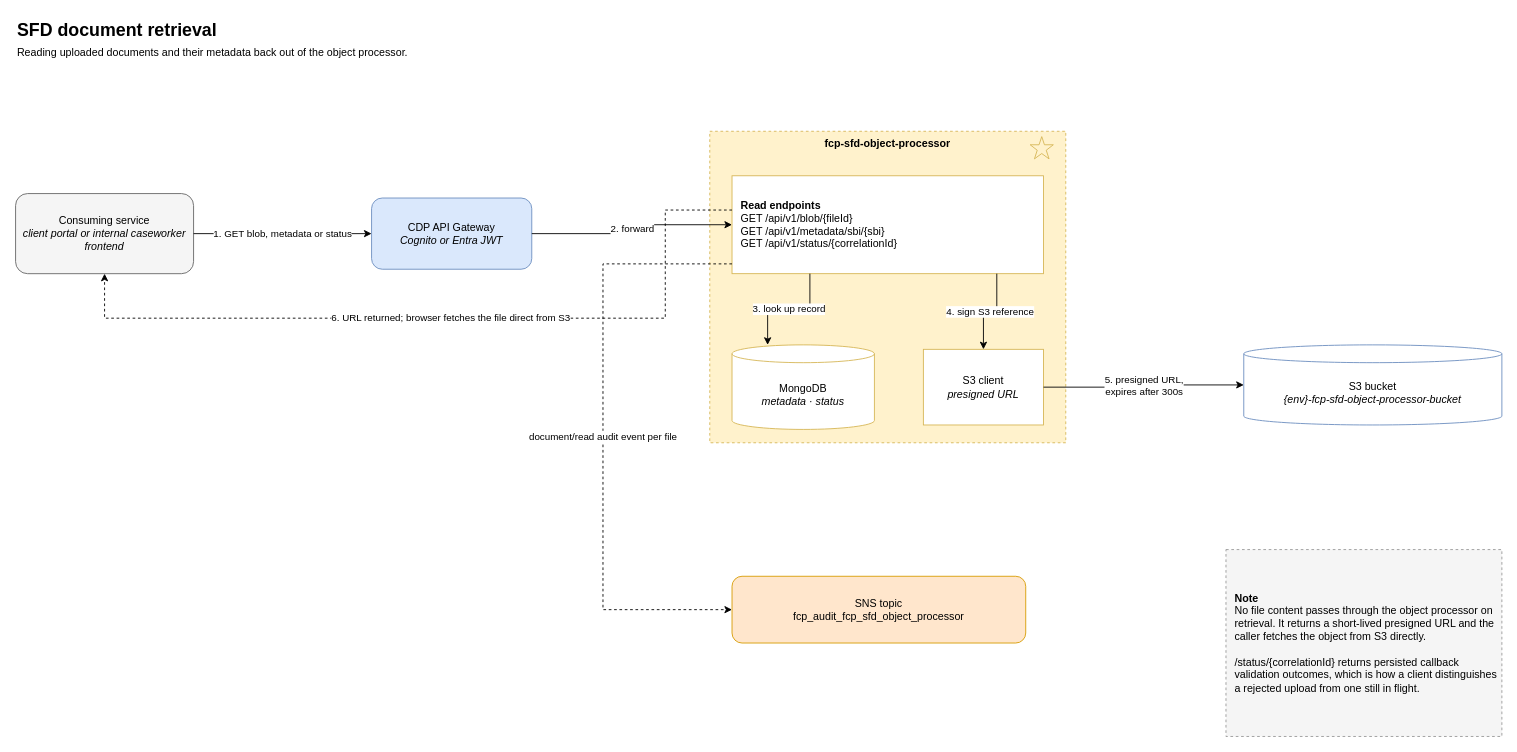
DEFRA/fcp-sfd-core keeps this draw.io diagram as page "Document retrieval" (2 of 2) of docs/diagrams/document-upload.drawio. Above is the earlier version. Source tidied: cells renumbered, new cells numbered last; positions are measured from the earlier drawing's top-left corner, leaving out a move shared by most shapes. Both pictures are drawn from the tidied source at 89%, with x=0, y=0 at pixel (15, 15).
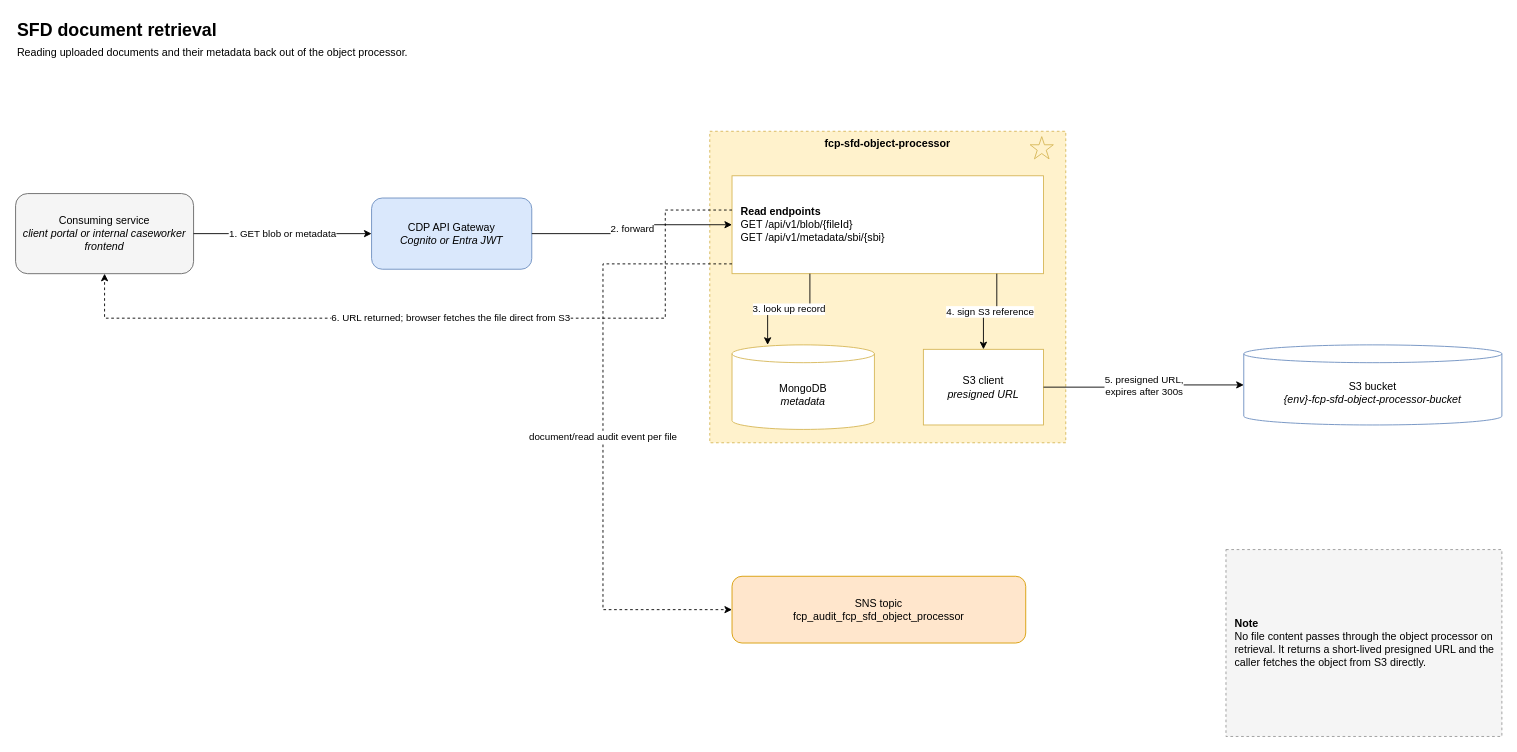
The same diagram, later.

Commit message (it also covers changes not shown here):
docs: remove deleted object processor /api/v1/status/{correlationId} … (#53)

* docs: remove deleted object processor /api/v1/status/{correlationId} endpoint references

* docs: remove status operation from retrieval flow diagram

Unchanged cells that the change refers to:
```xml
<mxCell id="4" value="Consuming service&lt;br&gt;&lt;i&gt;client portal or internal caseworker frontend&lt;/i&gt;" style="rounded=1;whiteSpace=wrap;html=1;fillColor=#f5f5f5;strokeColor=#666666;" parent="1" vertex="1">
  <mxGeometry y="200" width="200" height="90" as="geometry" />
</mxCell>
<mxCell id="5" value="CDP API Gateway&lt;br&gt;&lt;i&gt;Cognito or Entra JWT&lt;/i&gt;" style="rounded=1;whiteSpace=wrap;html=1;fillColor=#dae8fc;strokeColor=#6c8ebf;" parent="1" vertex="1">
  <mxGeometry x="400" y="205" width="180" height="80" as="geometry" />
</mxCell>
```

The edit, as a diff of the source:
```diff
@@
-    <mxCell id="8" value="&lt;b&gt;Read endpoints&lt;/b&gt;&lt;br&gt;GET /api/v1/blob/{fileId}&lt;br&gt;GET /api/v1/metadata/sbi/{sbi}&lt;br&gt;GET /api/v1/status/{correlationId}" style="rounded=0;whiteSpace=wrap;html=1;align=left;spacingLeft=8;fillColor=#ffffff;strokeColor=#d6b656;" parent="1" vertex="1">
+    <mxCell id="8" value="&lt;b&gt;Read endpoints&lt;/b&gt;&lt;br&gt;GET /api/v1/blob/{fileId}&lt;br&gt;GET /api/v1/metadata/sbi/{sbi}" style="rounded=0;whiteSpace=wrap;html=1;align=left;spacingLeft=8;fillColor=#ffffff;strokeColor=#d6b656;" parent="1" vertex="1">
       <mxGeometry x="805" y="180" width="350" height="110" as="geometry" />
     </mxCell>
-    <mxCell id="9" value="MongoDB&lt;br&gt;&lt;i&gt;metadata · status&lt;/i&gt;" style="shape=cylinder3;boundedLbl=1;backgroundOutline=1;size=10;whiteSpace=wrap;html=1;fillColor=#ffffff;strokeColor=#d6b656;" parent="1" vertex="1">
+    <mxCell id="9" value="MongoDB&lt;br&gt;&lt;i&gt;metadata&lt;/i&gt;" style="shape=cylinder3;boundedLbl=1;backgroundOutline=1;size=10;whiteSpace=wrap;html=1;fillColor=#ffffff;strokeColor=#d6b656;" parent="1" vertex="1">
       <mxGeometry x="805" y="370" width="160" height="95" as="geometry" />
     </mxCell>
@@
-    <mxCell id="13" value="1. GET blob, metadata or status" style="edgeStyle=orthogonalEdgeStyle;rounded=0;html=1;" parent="1" edge="1" source="4" target="5">
+    <mxCell id="13" value="1. GET blob or metadata" style="edgeStyle=orthogonalEdgeStyle;rounded=0;html=1;" parent="1" edge="1" source="4" target="5">
       <mxGeometry relative="1" as="geometry" />
     </mxCell>
@@
-    <mxCell id="20" value="&lt;b&gt;Note&lt;/b&gt;&lt;br&gt;No file content passes through the object processor on retrieval. It returns a short-lived presigned URL and the caller fetches the object from S3 directly.&lt;br&gt;&lt;br&gt;/status/{correlationId} returns persisted callback validation outcomes, which is how a client distinguishes a rejected upload from one still in flight." style="rounded=0;whiteSpace=wrap;html=1;align=left;spacingLeft=8;fillColor=#f5f5f5;strokeColor=#999999;dashed=1;" parent="1" vertex="1">
+    <mxCell id="20" value="&lt;b&gt;Note&lt;/b&gt;&lt;br&gt;No file content passes through the object processor on retrieval. It returns a short-lived presigned URL and the caller fetches the object from S3 directly." style="rounded=0;whiteSpace=wrap;html=1;align=left;spacingLeft=8;fillColor=#f5f5f5;strokeColor=#999999;dashed=1;" parent="1" vertex="1">
       <mxGeometry x="1360" y="600" width="310" height="210" as="geometry" />
     </mxCell>
```
